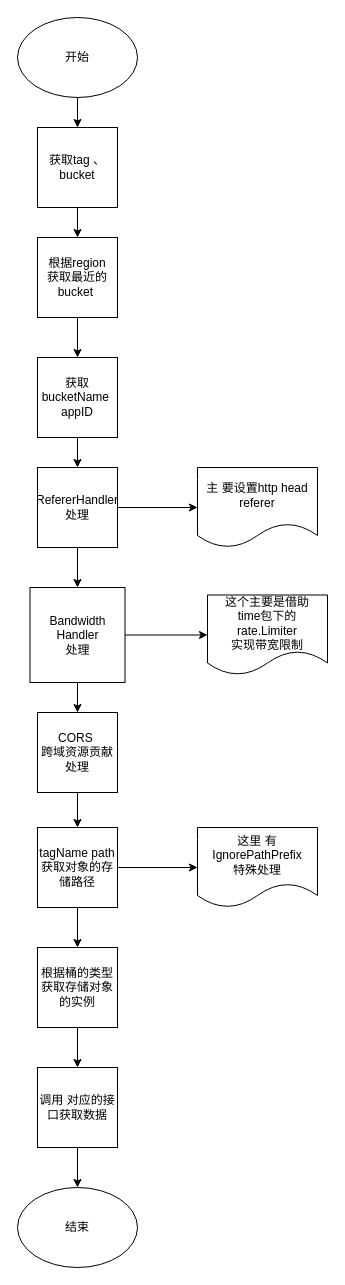
Before: Untitled Diagram.drawio in 193792768lyw/study-2021, a draw.io diagram. Source tidied: cells renumbered, new cells numbered last; positions are measured from the earlier drawing's top-left corner, leaving out a move shared by most shapes. Both pictures are drawn from the tidied source at 100%, with x=0, y=0 at pixel (17, 17).
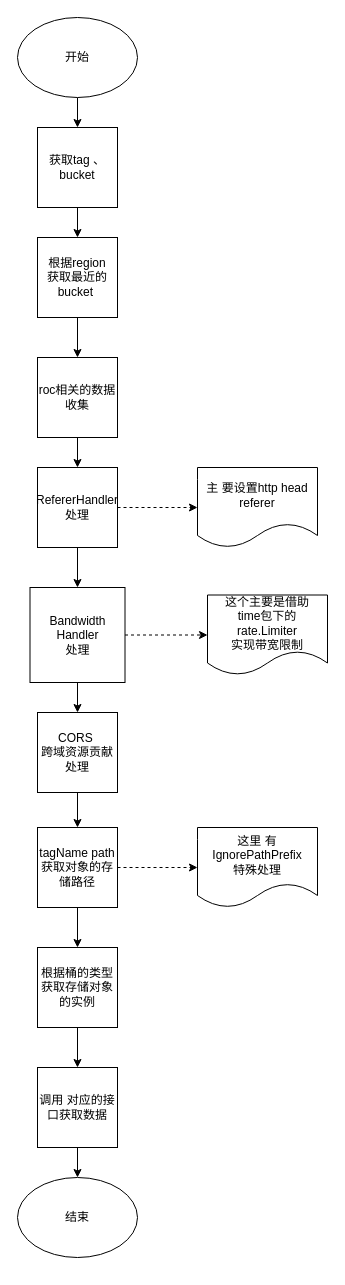
The same diagram, later.

The change refers to these unchanged cells:
```xml
<mxCell id="13" value="RefererHandler&lt;br&gt;处理" style="whiteSpace=wrap;html=1;" parent="1" vertex="1">
  <mxGeometry x="20" y="450" width="80" height="80" as="geometry" />
</mxCell>
<mxCell id="14" value="主 要设置http head&lt;br&gt;referer" style="shape=document;whiteSpace=wrap;html=1;boundedLbl=1;" parent="1" vertex="1">
  <mxGeometry x="180" y="450" width="120" height="80" as="geometry" />
</mxCell>
<mxCell id="17" value="Bandwidth&lt;br&gt;Handler&lt;br&gt;处理" style="whiteSpace=wrap;html=1;" parent="1" vertex="1">
  <mxGeometry x="12.5" y="570" width="95" height="95" as="geometry" />
</mxCell>
<mxCell id="18" value="这个主要是借助&lt;br&gt;time包下的rate.Limiter&lt;br&gt;实现带宽限制" style="shape=document;whiteSpace=wrap;html=1;boundedLbl=1;" parent="1" vertex="1">
  <mxGeometry x="190" y="577.5" width="120" height="80" as="geometry" />
</mxCell>
<mxCell id="23" value="tagName path&lt;br&gt;获取对象的存储路径" style="whiteSpace=wrap;html=1;" parent="1" vertex="1">
  <mxGeometry x="20" y="810" width="80" height="80" as="geometry" />
</mxCell>
<mxCell id="24" value="这里 有IgnorePathPrefix&lt;br&gt;特殊处理" style="shape=document;whiteSpace=wrap;html=1;boundedLbl=1;" parent="1" vertex="1">
  <mxGeometry x="180" y="810" width="120" height="80" as="geometry" />
</mxCell>
```

Change to the diagram source:
```diff
@@
     <mxCell id="4" value="结束" style="ellipse;whiteSpace=wrap;html=1;" parent="1" vertex="1">
-      <mxGeometry y="1170" width="120" height="80" as="geometry" />
+      <mxGeometry y="1160" width="120" height="80" as="geometry" />
     </mxCell>
@@
-    <mxCell id="10" value="获取bucketName&amp;nbsp;&lt;br&gt;appID" style="whiteSpace=wrap;html=1;" parent="1" vertex="1">
+    <mxCell id="10" value="roc相关的数据收集" style="whiteSpace=wrap;html=1;" parent="1" vertex="1">
       <mxGeometry x="20" y="340" width="80" height="80" as="geometry" />
     </mxCell>
@@
-    <mxCell id="12" style="edgeStyle=orthogonalEdgeStyle;rounded=0;jettySize=auto;html=1;entryX=0;entryY=0.5;entryDx=0;entryDy=0;" parent="1" edge="1" source="13" target="14">
+    <mxCell id="12" style="edgeStyle=orthogonalEdgeStyle;rounded=0;jettySize=auto;html=1;entryX=0;entryY=0.5;entryDx=0;entryDy=0;dashed=1;" parent="1" edge="1" source="13" target="14">
       <mxGeometry relative="1" as="geometry" />
     </mxCell>
@@
-    <mxCell id="16" style="edgeStyle=orthogonalEdgeStyle;rounded=0;jettySize=auto;html=1;entryX=0;entryY=0.5;entryDx=0;entryDy=0;" parent="1" edge="1" source="17" target="18">
+    <mxCell id="16" style="edgeStyle=orthogonalEdgeStyle;rounded=0;jettySize=auto;html=1;entryX=0;entryY=0.5;entryDx=0;entryDy=0;dashed=1;" parent="1" edge="1" source="17" target="18">
       <mxGeometry relative="1" as="geometry" />
     </mxCell>
@@
-    <mxCell id="22" style="edgeStyle=orthogonalEdgeStyle;rounded=0;jettySize=auto;html=1;exitX=1;exitY=0.5;exitDx=0;exitDy=0;entryX=0;entryY=0.5;entryDx=0;entryDy=0;" parent="1" edge="1" source="23" target="24">
+    <mxCell id="22" style="edgeStyle=orthogonalEdgeStyle;rounded=0;jettySize=auto;html=1;exitX=1;exitY=0.5;exitDx=0;exitDy=0;entryX=0;entryY=0.5;entryDx=0;entryDy=0;dashed=1;" parent="1" edge="1" source="23" target="24">
       <mxGeometry relative="1" as="geometry" />
     </mxCell>
```
